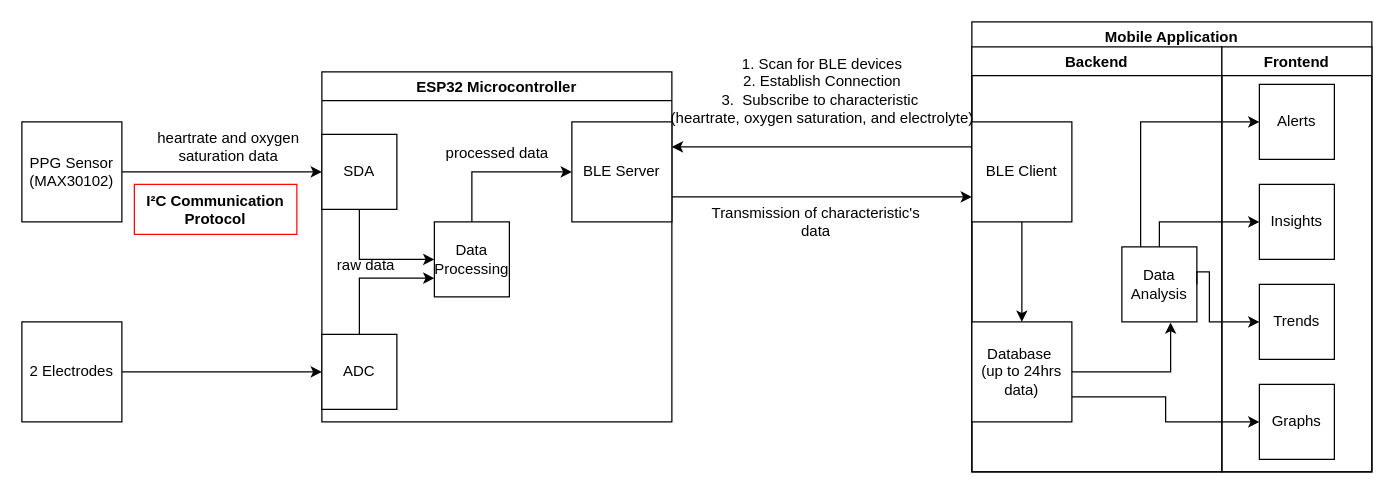
Earlier version of the draw.io diagram functional_diagram_477.drawio (herbertbruyn/ECE477_HydraWise). Source tidied: cells renumbered, new cells numbered last; positions are measured from the earlier drawing's top-left corner, leaving out a move shared by most shapes. Both pictures are drawn from the tidied source at 125%, with x=0, y=0 at pixel (21, 21).
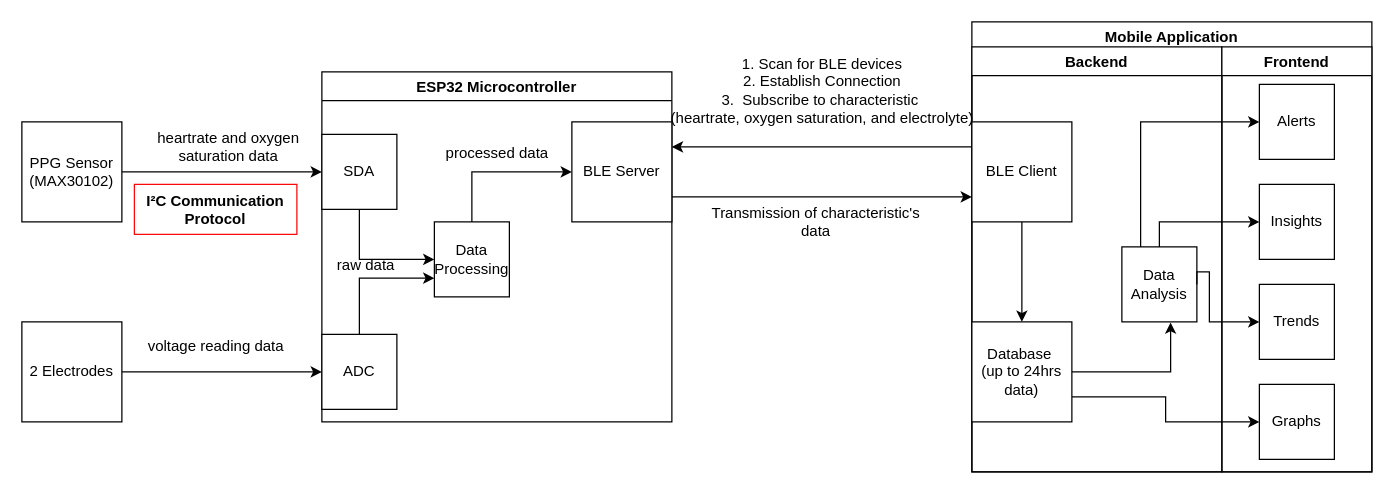
The same page after the edit.

Diff of the diagram source:
```diff
@@
+    <mxCell id="38" value="voltage reading data" style="text;html=1;align=center;verticalAlign=middle;strokeColor=none;fillColor=none;" parent="1" vertex="1">
+      <mxGeometry x="90" y="245" width="130" height="30" as="geometry" />
+    </mxCell>
```
